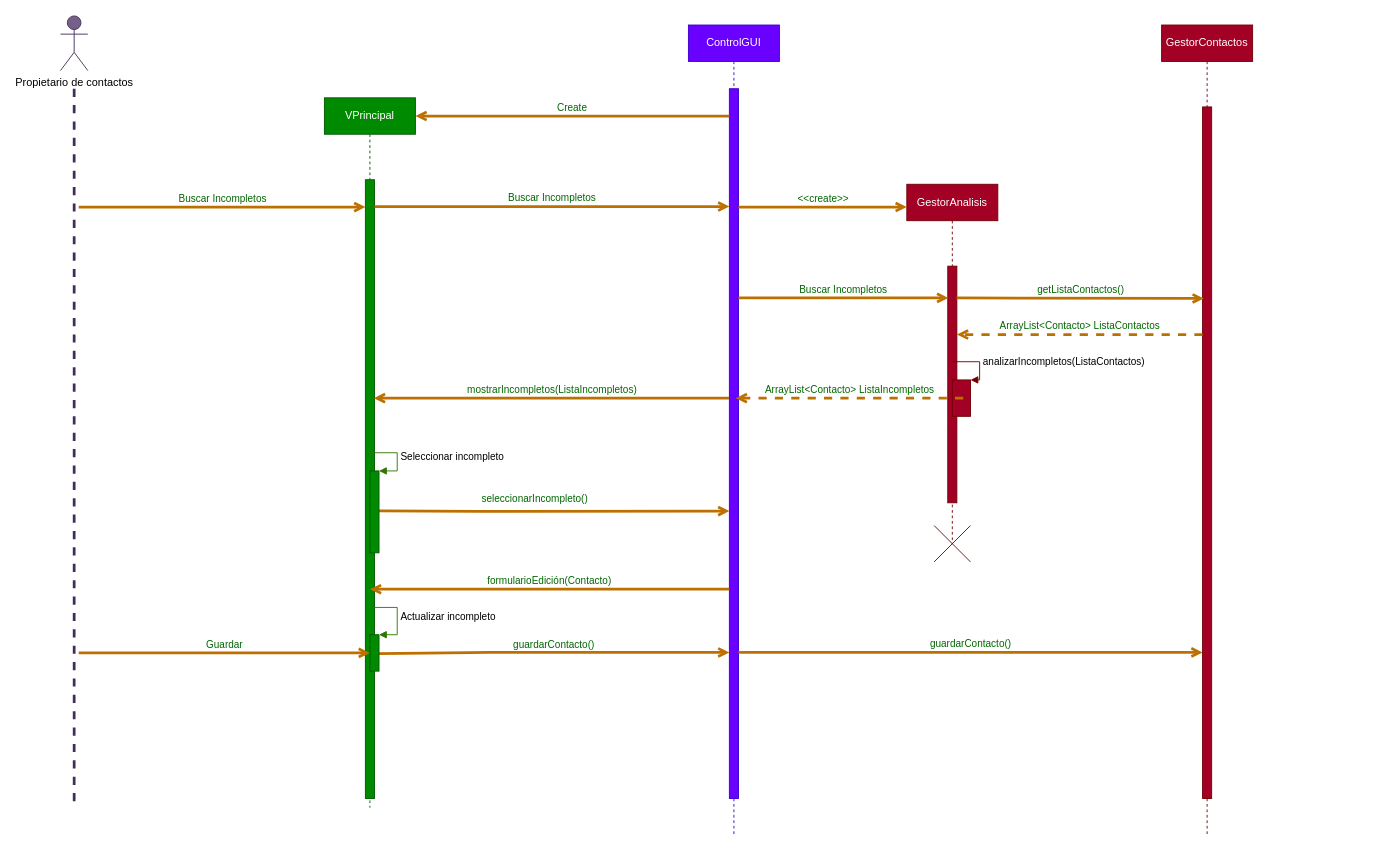
Above: diagramas/diagramas de secuencia/secuenciaC2_BuscarIncompletos.drawio in JuanCarlosGarciaZepeda/SmartScheduler (draw.io), before the change. Source tidied: cells renumbered, new cells numbered last; positions are measured from the earlier drawing's top-left corner, leaving out a move shared by most shapes. Both pictures are drawn from the tidied source at 91%, with x=0, y=0 at pixel (60, 15).
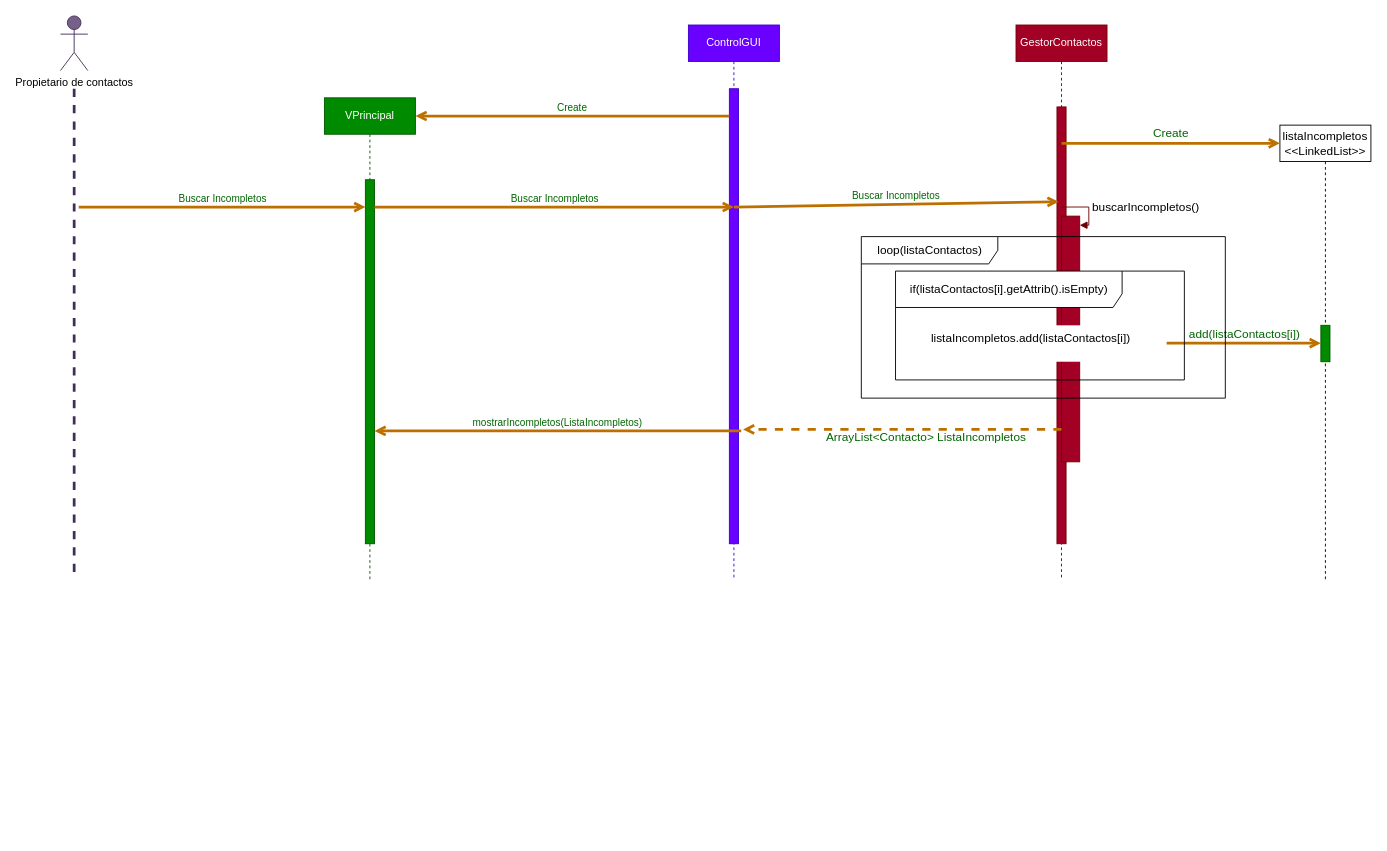
The same page after the edit.

Change to the diagram source:
```diff
@@
-    <mxCell id="2" style="shape=umlDestroy;dashed=0;fillColor=#a20025;strokeColor=#6F0000;fontColor=#ffffff;" parent="1" vertex="1">
-      <mxGeometry x="960" y="560" width="40" height="40" as="geometry" />
-    </mxCell>
@@
     <mxCell id="4" style="endArrow=none;startArrow=none;endFill=0;startFill=0;endSize=8;html=1;verticalAlign=bottom;labelBackgroundColor=none;strokeWidth=3;fillColor=#76608a;strokeColor=#432D57;dashed=1;" parent="1" edge="1">
       <mxGeometry relative="1" as="geometry">
         <mxPoint x="15" y="80" as="sourcePoint" />
-        <mxPoint x="15" y="870" as="targetPoint" />
+        <mxPoint x="15" y="620" as="targetPoint" />
       </mxGeometry>
     </mxCell>
     <mxCell id="5" value="VPrincipal" style="shape=umlLifeline;perimeter=lifelinePerimeter;whiteSpace=wrap;html=1;fillColor=#008a00;strokeColor=#005700;fontColor=#ffffff;" parent="1" vertex="1">
-      <mxGeometry x="290" y="90" width="100" height="780" as="geometry" />
+      <mxGeometry x="290" y="90" width="100" height="530" as="geometry" />
     </mxCell>
     <mxCell id="6" style="html=1;points=[];perimeter=orthogonalPerimeter;fillColor=#008a00;strokeColor=#005700;fontColor=#ffffff;" parent="5" vertex="1">
-      <mxGeometry x="45" y="90" width="10" height="680" as="geometry" />
+      <mxGeometry x="45" y="90" width="10" height="400" as="geometry" />
     </mxCell>
     <mxCell id="7" value="ControlGUI" style="shape=umlLifeline;perimeter=lifelinePerimeter;whiteSpace=wrap;html=1;strokeColor=#3700CC;fillColor=#6a00ff;fontColor=#ffffff;" parent="1" vertex="1">
-      <mxGeometry x="690" y="10" width="100" height="890" as="geometry" />
+      <mxGeometry x="690" y="10" width="100" height="610" as="geometry" />
     </mxCell>
     <mxCell id="8" style="html=1;points=[];perimeter=orthogonalPerimeter;fillColor=#6a00ff;strokeColor=#3700CC;fontColor=#ffffff;" parent="7" vertex="1">
-      <mxGeometry x="45" y="70" width="10" height="780" as="geometry" />
+      <mxGeometry x="45" y="70" width="10" height="500" as="geometry" />
     </mxCell>
     <mxCell id="9" value="GestorContactos" style="shape=umlLifeline;perimeter=lifelinePerimeter;whiteSpace=wrap;html=1;fillColor=#a20025;strokeColor=#6F0000;fontColor=#ffffff;" parent="1" vertex="1">
-      <mxGeometry x="1210" y="10" width="100" height="890" as="geometry" />
+      <mxGeometry x="1050" y="10" width="100" height="610" as="geometry" />
     </mxCell>
     <mxCell id="10" style="html=1;points=[];perimeter=orthogonalPerimeter;fillColor=#a20025;strokeColor=#6F0000;fontColor=#ffffff;" parent="9" vertex="1">
-      <mxGeometry x="45" y="90" width="10" height="760" as="geometry" />
+      <mxGeometry x="45" y="90" width="10" height="480" as="geometry" />
     </mxCell>
@@
-    <mxCell id="12" value="Buscar Incompletos" style="html=1;verticalAlign=bottom;labelBackgroundColor=none;endArrow=open;endFill=0;fontColor=#006600;strokeWidth=3;fillColor=#f0a30a;strokeColor=#BD7000;entryX=0;entryY=0.166;entryDx=0;entryDy=0;entryPerimeter=0;" parent="1" edge="1" source="6" target="8">
-      <mxGeometry relative="1" as="geometry" />
+    <mxCell id="12" value="Buscar Incompletos" style="html=1;verticalAlign=bottom;labelBackgroundColor=none;endArrow=open;endFill=0;fontColor=#006600;strokeWidth=3;fillColor=#f0a30a;strokeColor=#BD7000;" parent="1" edge="1" source="6">
+      <mxGeometry relative="1" as="geometry">
+        <mxPoint x="740" y="210" as="targetPoint" />
+        <Array as="points">
+          <mxPoint x="610" y="210" />
+        </Array>
+      </mxGeometry>
     </mxCell>
@@
-    <mxCell id="14" value="GestorAnalisis" style="shape=umlLifeline;perimeter=lifelinePerimeter;whiteSpace=wrap;html=1;fillColor=#a20025;strokeColor=#6F0000;fontColor=#ffffff;" parent="1" vertex="1">
-      <mxGeometry x="930" y="185" width="100" height="395" as="geometry" />
-    </mxCell>
-    <mxCell id="15" style="html=1;points=[];perimeter=orthogonalPerimeter;fillColor=#a20025;strokeColor=#6F0000;fontColor=#ffffff;" parent="14" vertex="1">
-      <mxGeometry x="45" y="90" width="10" height="260" as="geometry" />
-    </mxCell>
-    <mxCell id="16" value="&amp;lt;&amp;lt;create&amp;gt;&amp;gt;" style="html=1;verticalAlign=bottom;labelBackgroundColor=none;endArrow=open;endFill=0;fontColor=#006600;strokeWidth=3;fillColor=#f0a30a;strokeColor=#BD7000;" parent="1" edge="1" source="8">
-      <mxGeometry relative="1" as="geometry">
-        <mxPoint x="930" y="210" as="targetPoint" />
-      </mxGeometry>
-    </mxCell>
-    <mxCell id="17" value="getListaContactos()" style="html=1;verticalAlign=bottom;labelBackgroundColor=none;endArrow=open;endFill=0;fontColor=#006600;strokeWidth=3;fillColor=#f0a30a;strokeColor=#BD7000;exitX=0.973;exitY=0.134;exitDx=0;exitDy=0;exitPerimeter=0;entryX=0.137;entryY=0.277;entryDx=0;entryDy=0;entryPerimeter=0;" parent="1" edge="1" source="15" target="10">
-      <mxGeometry relative="1" as="geometry" />
-    </mxCell>
-    <mxCell id="18" value="ArrayList&amp;lt;Contacto&amp;gt; ListaContactos" style="html=1;verticalAlign=bottom;labelBackgroundColor=none;endArrow=open;endFill=0;fontColor=#006600;strokeWidth=3;fillColor=#f0a30a;strokeColor=#BD7000;entryX=1.008;entryY=0.289;entryDx=0;entryDy=0;entryPerimeter=0;dashed=1;" parent="1" edge="1" source="10" target="15">
-      <mxGeometry relative="1" as="geometry" />
-    </mxCell>
-    <mxCell id="19" value="Buscar Incompletos" style="html=1;verticalAlign=bottom;labelBackgroundColor=none;endArrow=open;endFill=0;fontColor=#006600;strokeWidth=3;fillColor=#f0a30a;strokeColor=#BD7000;entryX=0.058;entryY=0.134;entryDx=0;entryDy=0;entryPerimeter=0;" parent="1" edge="1" source="8" target="15">
-      <mxGeometry relative="1" as="geometry" />
+    <mxCell id="19" value="Buscar Incompletos" style="html=1;verticalAlign=bottom;labelBackgroundColor=none;endArrow=open;endFill=0;fontColor=#006600;strokeWidth=3;fillColor=#f0a30a;strokeColor=#BD7000;entryX=0.188;entryY=0.217;entryDx=0;entryDy=0;entryPerimeter=0;" parent="1" edge="1" target="10">
+      <mxGeometry relative="1" as="geometry">
+        <mxPoint x="740" y="210" as="sourcePoint" />
+      </mxGeometry>
     </mxCell>
-    <mxCell id="20" style="html=1;points=[];perimeter=orthogonalPerimeter;fillColor=#a20025;strokeColor=#6F0000;shadow=0;fontColor=#ffffff;labelBackgroundColor=#ffffff;" parent="1" vertex="1">
-      <mxGeometry x="980" y="400" width="20" height="40" as="geometry" />
-    </mxCell>
-    <mxCell id="21" value="analizarIncompletos(ListaContactos)" style="edgeStyle=orthogonalEdgeStyle;html=1;align=left;spacingLeft=2;endArrow=block;rounded=0;entryX=1;entryY=0;fillColor=#a20025;strokeColor=#6F0000;shadow=0;fontColor=#000000;labelBackgroundColor=#ffffff;" parent="1" edge="1" target="20">
-      <mxGeometry relative="1" as="geometry">
-        <mxPoint x="980" y="380" as="sourcePoint" />
-        <Array as="points">
-          <mxPoint x="1010" y="380" />
-        </Array>
-      </mxGeometry>
-    </mxCell>
+    <mxCell id="23" value="mostrarIncompletos(ListaIncompletos)" style="html=1;verticalAlign=bottom;labelBackgroundColor=none;endArrow=open;endFill=0;fontColor=#006600;strokeWidth=3;fillColor=#f0a30a;strokeColor=#BD7000;exitX=1.3;exitY=0.752;exitDx=0;exitDy=0;exitPerimeter=0;" parent="1" edge="1" source="8" target="6">
+      <mxGeometry relative="1" as="geometry" />
+    </mxCell>
+    <mxCell id="33" style="html=1;perimeter=orthogonalPerimeter;fillColor=#a20025;strokeColor=#6F0000;shadow=0;fontColor=#ffffff;labelBackgroundColor=#ffffff;fontSize=13;" parent="1" vertex="1">
+      <mxGeometry x="1100" y="220" width="20" height="270" as="geometry" />
+    </mxCell>
+    <mxCell id="34" value="buscarIncompletos()" style="edgeStyle=orthogonalEdgeStyle;html=1;align=left;spacingLeft=2;endArrow=block;rounded=0;entryX=1;entryY=0;fillColor=#a20025;strokeColor=#6F0000;shadow=0;fontColor=#000000;labelBackgroundColor=#ffffff;fontSize=13;" parent="1" edge="1">
+      <mxGeometry relative="1" as="geometry">
+        <mxPoint x="1100" y="210" as="sourcePoint" />
+        <mxPoint x="1120" y="230" as="targetPoint" />
+        <Array as="points">
+          <mxPoint x="1130" y="210" />
+        </Array>
+      </mxGeometry>
+    </mxCell>
+    <mxCell id="35" value="listaIncompletos.add(listaContactos[i])" style="text;fillColor=#FFFFFF;fontColor=#000000;fontSize=13;" parent="1" vertex="1">
+      <mxGeometry x="955" y="340" width="250" height="40" as="geometry" />
+    </mxCell>
+    <mxCell id="36" value="listaIncompletos&lt;br style=&quot;font-size: 13px&quot;&gt;&amp;lt;&amp;lt;LinkedList&amp;gt;&amp;gt;" style="shape=umlLifeline;perimeter=lifelinePerimeter;whiteSpace=wrap;html=1;fontColor=#000000;strokeColor=#000000;fillColor=#FFFFFF;fontSize=13;" parent="1" vertex="1">
+      <mxGeometry x="1340" y="120" width="100" height="500" as="geometry" />
+    </mxCell>
+    <mxCell id="37" value="Create" style="html=1;verticalAlign=bottom;labelBackgroundColor=none;endArrow=open;endFill=0;fontColor=#006600;strokeWidth=3;fillColor=#f0a30a;strokeColor=#BD7000;fontSize=13;" parent="1" edge="1">
+      <mxGeometry relative="1" as="geometry">
+        <mxPoint x="1100" y="140" as="sourcePoint" />
+        <mxPoint x="1340" y="140" as="targetPoint" />
+      </mxGeometry>
+    </mxCell>
+    <mxCell id="38" style="html=1;perimeter=orthogonalPerimeter;fillColor=#008a00;strokeColor=#005700;shadow=0;fontColor=#ffffff;labelBackgroundColor=#ffffff;fontSize=13;" parent="1" vertex="1">
+      <mxGeometry x="1385" y="340" width="10" height="40" as="geometry" />
+    </mxCell>
+    <mxCell id="39" value="add(listaContactos[i])" style="html=1;verticalAlign=bottom;labelBackgroundColor=none;endArrow=open;endFill=0;fontColor=#006600;strokeWidth=3;fillColor=#f0a30a;strokeColor=#BD7000;fontSize=13;" parent="1" edge="1">
+      <mxGeometry relative="1" as="geometry">
+        <mxPoint x="1215.5" y="359.6" as="sourcePoint" />
+        <mxPoint x="1385" y="359.6" as="targetPoint" />
+      </mxGeometry>
+    </mxCell>
-    <mxCell id="22" value="ArrayList&amp;lt;Contacto&amp;gt; ListaIncompletos" style="html=1;verticalAlign=bottom;labelBackgroundColor=none;endArrow=open;endFill=0;fontColor=#006600;strokeWidth=3;fillColor=#f0a30a;strokeColor=#BD7000;dashed=1;" parent="1" edge="1">
-      <mxGeometry relative="1" as="geometry">
-        <mxPoint x="992" y="420" as="sourcePoint" />
-        <mxPoint x="742" y="420" as="targetPoint" />
+    <mxCell id="22" value="ArrayList&amp;lt;Contacto&amp;gt; ListaIncompletos" style="html=1;verticalAlign=bottom;labelBackgroundColor=none;endArrow=open;endFill=0;fontColor=#006600;strokeWidth=3;fillColor=#f0a30a;strokeColor=#BD7000;dashed=1;fontSize=13;" parent="1" edge="1">
+      <mxGeometry x="-0.15" y="20" relative="1" as="geometry">
+        <mxPoint x="1100" y="454.4" as="sourcePoint" />
+        <mxPoint x="750" y="454.4" as="targetPoint" />
+        <Array as="points">
+          <mxPoint x="870.5" y="454.4" />
+        </Array>
       </mxGeometry>
     </mxCell>
-    <mxCell id="23" value="mostrarIncompletos(ListaIncompletos)" style="html=1;verticalAlign=bottom;labelBackgroundColor=none;endArrow=open;endFill=0;fontColor=#006600;strokeWidth=3;fillColor=#f0a30a;strokeColor=#BD7000;entryX=0.933;entryY=0.353;entryDx=0;entryDy=0;entryPerimeter=0;exitX=-0.033;exitY=0.436;exitDx=0;exitDy=0;exitPerimeter=0;" parent="1" edge="1" source="8" target="6">
-      <mxGeometry relative="1" as="geometry" />
-    </mxCell>
-    <mxCell id="24" value="seleccionarIncompleto()" style="html=1;verticalAlign=bottom;labelBackgroundColor=none;endArrow=open;endFill=0;fontColor=#006600;strokeWidth=3;fillColor=#f0a30a;strokeColor=#BD7000;entryX=0;entryY=0.595;entryDx=0;entryDy=0;entryPerimeter=0;" parent="1" edge="1" target="8">
-      <mxGeometry x="-0.11" y="4" relative="1" as="geometry">
-        <mxPoint x="350" y="544" as="sourcePoint" />
-        <Array as="points">
-          <mxPoint x="470" y="544.4" />
-        </Array>
-      </mxGeometry>
-    </mxCell>
-    <mxCell id="25" style="html=1;points=[];perimeter=orthogonalPerimeter;fillColor=#008a00;strokeColor=#005700;shadow=0;fontColor=#ffffff;labelBackgroundColor=#ffffff;" parent="1" vertex="1">
-      <mxGeometry x="340" y="500" width="10" height="90" as="geometry" />
-    </mxCell>
-    <mxCell id="26" value="Seleccionar incompleto" style="edgeStyle=orthogonalEdgeStyle;html=1;align=left;spacingLeft=2;endArrow=block;rounded=0;entryX=1;entryY=0;fillColor=#60a917;strokeColor=#2D7600;shadow=0;fontColor=#000000;labelBackgroundColor=#ffffff;" parent="1" edge="1" target="25">
-      <mxGeometry relative="1" as="geometry">
-        <mxPoint x="340" y="480" as="sourcePoint" />
-        <Array as="points">
-          <mxPoint x="370" y="480" />
-        </Array>
-      </mxGeometry>
-    </mxCell>
-    <mxCell id="27" value="formularioEdición(Contacto)" style="html=1;verticalAlign=bottom;labelBackgroundColor=none;endArrow=open;endFill=0;fontColor=#006600;strokeWidth=3;fillColor=#f0a30a;strokeColor=#BD7000;" parent="1" edge="1" source="8">
-      <mxGeometry relative="1" as="geometry">
-        <mxPoint x="340" y="630" as="targetPoint" />
-        <Array as="points">
-          <mxPoint x="530" y="630" />
-        </Array>
-      </mxGeometry>
-    </mxCell>
-    <mxCell id="28" value="guardarContacto()" style="html=1;verticalAlign=bottom;labelBackgroundColor=none;endArrow=open;endFill=0;fontColor=#006600;strokeWidth=3;fillColor=#f0a30a;strokeColor=#BD7000;exitX=0.889;exitY=0.518;exitDx=0;exitDy=0;exitPerimeter=0;" parent="1" edge="1" source="30" target="8">
-      <mxGeometry relative="1" as="geometry">
-        <Array as="points">
-          <mxPoint x="460" y="699.5" />
-        </Array>
-      </mxGeometry>
-    </mxCell>
-    <mxCell id="29" value="Guardar" style="html=1;verticalAlign=bottom;labelBackgroundColor=none;endArrow=open;endFill=0;fontColor=#006600;strokeWidth=3;fillColor=#f0a30a;strokeColor=#BD7000;" parent="1" edge="1" target="30">
-      <mxGeometry relative="1" as="geometry">
-        <mxPoint x="20" y="700" as="sourcePoint" />
-      </mxGeometry>
-    </mxCell>
-    <mxCell id="30" style="html=1;points=[];perimeter=orthogonalPerimeter;fillColor=#008a00;strokeColor=#005700;shadow=0;fontColor=#ffffff;labelBackgroundColor=#ffffff;" parent="1" vertex="1">
-      <mxGeometry x="340" y="680" width="10" height="40" as="geometry" />
-    </mxCell>
-    <mxCell id="31" value="Actualizar incompleto" style="edgeStyle=orthogonalEdgeStyle;html=1;align=left;spacingLeft=2;endArrow=block;rounded=0;entryX=1;entryY=0;fillColor=#60a917;strokeColor=#2D7600;shadow=0;fontColor=#000000;labelBackgroundColor=#ffffff;" parent="1" edge="1" target="30">
-      <mxGeometry relative="1" as="geometry">
-        <mxPoint x="340" y="650" as="sourcePoint" />
-        <Array as="points">
-          <mxPoint x="340" y="650" />
-          <mxPoint x="370" y="650" />
-          <mxPoint x="370" y="680" />
-        </Array>
-      </mxGeometry>
-    </mxCell>
-    <mxCell id="32" value="guardarContacto()" style="html=1;verticalAlign=bottom;labelBackgroundColor=none;endArrow=open;endFill=0;fontColor=#006600;strokeWidth=3;fillColor=#f0a30a;strokeColor=#BD7000;" parent="1" edge="1" source="8" target="10">
-      <mxGeometry relative="1" as="geometry">
-        <Array as="points">
-          <mxPoint x="861.1" y="699.4" />
-        </Array>
-      </mxGeometry>
-    </mxCell>
+    <mxCell id="40" value="loop(listaContactos)" style="shape=umlFrame;tabPosition=left;html=1;boundedLbl=1;labelInHeader=1;width=150;height=30;perimeterSpacing=1;strokeColor=#000000;fontSize=13;" parent="1" vertex="1">
+      <mxGeometry x="880" y="242.5" width="400" height="177.5" as="geometry" />
+    </mxCell>
+    <mxCell id="41" value="if(listaContactos[i].getAttrib().isEmpty)" style="shape=umlFrame;tabPosition=left;html=1;boundedLbl=1;labelInHeader=1;width=249;height=40;fontColor=#000000;fillColor=#FFFFFF;strokeColor=#000000;fontSize=13;" parent="1" vertex="1">
+      <mxGeometry x="917.6" y="280.4" width="317.4" height="119.6" as="geometry" />
+    </mxCell>
```
